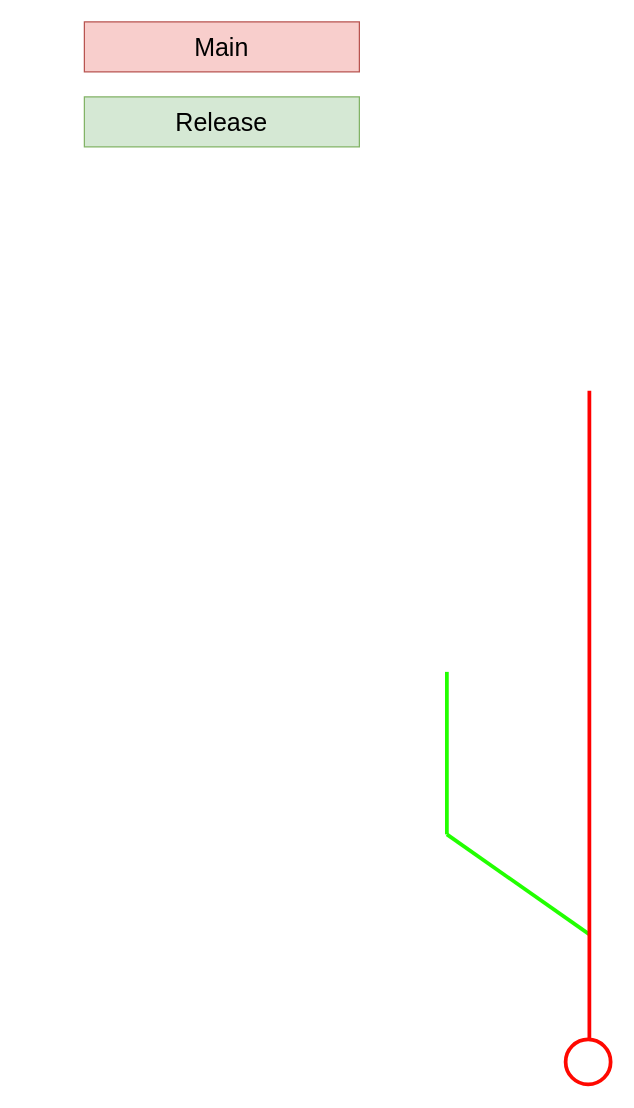
cmtabr/WorkFlow-GIT keeps this draw.io diagram as Diagrama sem nome.drawio. Above is the earlier version. Source tidied: cells renumbered, new cells numbered last; positions are measured from the earlier drawing's top-left corner, leaving out a move shared by most shapes. Both pictures are drawn from the tidied source at 125%, with x=0, y=0 at pixel (84, 21).
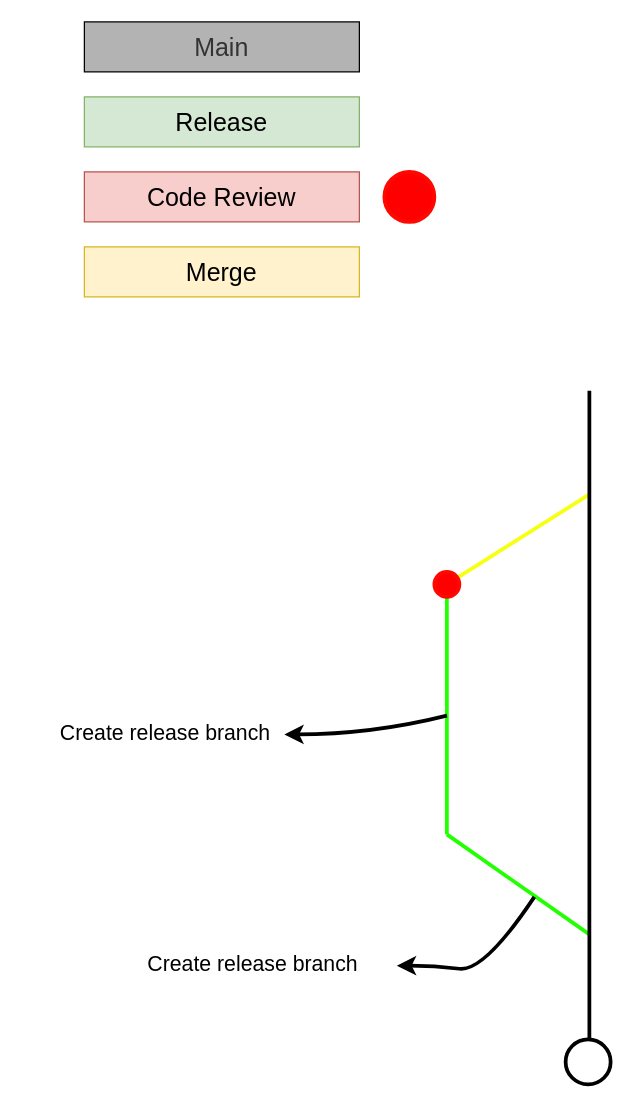
The same diagram, later.

Change to the diagram source:
```diff
@@
+    <mxCell id="8" style="endArrow=none;html=1;rounded=0;strokeColor=#F7FF12;strokeWidth=3;fontSize=20;" parent="1" edge="1">
+      <mxGeometry relative="1" as="geometry">
+        <mxPoint x="404" y="378" as="sourcePoint" />
+        <mxPoint x="290" y="450" as="targetPoint" />
+      </mxGeometry>
+    </mxCell>
@@
-    <mxCell id="3" style="endArrow=none;html=1;rounded=0;strokeWidth=3;fillColor=#f8cecc;strokeColor=#FF0000;" parent="1" edge="1">
+    <mxCell id="3" style="endArrow=none;html=1;rounded=0;strokeWidth=3;fillColor=#f8cecc;strokeColor=#000000;" parent="1" edge="1">
       <mxGeometry relative="1" as="geometry">
         <mxPoint x="404" y="815" as="sourcePoint" />
         <mxPoint x="404" y="295" as="targetPoint" />
       </mxGeometry>
     </mxCell>
-    <mxCell id="4" style="ellipse;whiteSpace=wrap;html=1;strokeWidth=3;fillColor=none;strokeColor=#ff0800;" parent="1" vertex="1">
+    <mxCell id="4" style="ellipse;whiteSpace=wrap;html=1;strokeWidth=3;fillColor=none;strokeColor=#000000;" parent="1" vertex="1">
       <mxGeometry x="385" y="814" width="36" height="36" as="geometry" />
     </mxCell>
-    <mxCell id="5" value="&lt;font style=&quot;font-size: 20px;&quot;&gt;Main&lt;/font&gt;" style="text;html=1;strokeColor=#b85450;fillColor=#f8cecc;align=center;verticalAlign=middle;whiteSpace=wrap;rounded=0;" parent="1" vertex="1">
+    <mxCell id="5" value="&lt;font style=&quot;font-size: 20px;&quot;&gt;Main&lt;/font&gt;" style="text;html=1;strokeColor=#000000;fillColor=#B3B3B3;align=center;verticalAlign=middle;whiteSpace=wrap;rounded=0;fontColor=#333333;" parent="1" vertex="1">
       <mxGeometry width="220" height="40" as="geometry" />
     </mxCell>
@@
     <mxCell id="7" style="endArrow=none;html=1;rounded=0;strokeColor=#22FF00;strokeWidth=3;fontSize=20;endSize=6;startSize=6;" parent="1" edge="1">
       <mxGeometry relative="1" as="geometry">
         <mxPoint x="290" y="650" as="sourcePoint" />
-        <mxPoint x="290" y="520" as="targetPoint" />
+        <mxPoint x="290" y="450" as="targetPoint" />
       </mxGeometry>
     </mxCell>
+    <mxCell id="9" value="Create release branch" style="text;html=1;strokeColor=none;fillColor=none;align=center;verticalAlign=middle;whiteSpace=wrap;rounded=0;fontSize=17;" parent="1" vertex="1">
+      <mxGeometry x="20" y="740" width="230" height="30" as="geometry" />
+    </mxCell>
+    <mxCell id="10" style="curved=1;endArrow=classic;html=1;rounded=0;strokeColor=#000000;strokeWidth=3;fontSize=17;startSize=6;endSize=6;entryX=1;entryY=0.5;entryDx=0;entryDy=0;" parent="1" edge="1" target="9">
+      <mxGeometry relative="1" as="geometry">
+        <mxPoint x="360" y="700" as="sourcePoint" />
+        <Array as="points">
+          <mxPoint x="320" y="760" />
+          <mxPoint x="280" y="755" />
+        </Array>
+      </mxGeometry>
+    </mxCell>
+    <mxCell id="11" style="curved=1;endArrow=classic;html=1;rounded=0;strokeColor=#000000;strokeWidth=3;fontSize=17;startSize=6;endSize=6;" parent="1" edge="1">
+      <mxGeometry relative="1" as="geometry">
+        <mxPoint x="290" y="555" as="sourcePoint" />
+        <mxPoint x="160" y="570" as="targetPoint" />
+        <Array as="points">
+          <mxPoint x="230" y="570" />
+        </Array>
+      </mxGeometry>
+    </mxCell>
+    <mxCell id="12" value="Create release branch" style="text;html=1;strokeColor=none;fillColor=none;align=center;verticalAlign=middle;whiteSpace=wrap;rounded=0;fontSize=17;" parent="1" vertex="1">
+      <mxGeometry x="-50" y="555" width="230" height="30" as="geometry" />
+    </mxCell>
+    <mxCell id="13" style="ellipse;whiteSpace=wrap;html=1;strokeWidth=3;fillColor=#FF0000;strokeColor=#ff0800;" parent="1" vertex="1">
+      <mxGeometry x="280" y="440" width="20" height="20" as="geometry" />
+    </mxCell>
+    <mxCell id="14" style="ellipse;whiteSpace=wrap;html=1;strokeWidth=3;fillColor=#FF0000;strokeColor=#ff0800;" parent="1" vertex="1">
+      <mxGeometry x="240" y="120" width="40" height="40" as="geometry" />
+    </mxCell>
+    <mxCell id="15" value="&lt;span style=&quot;font-size: 20px;&quot;&gt;Code Review&lt;/span&gt;" style="text;html=1;strokeColor=#b85450;fillColor=#f8cecc;align=center;verticalAlign=middle;whiteSpace=wrap;rounded=0;" parent="1" vertex="1">
+      <mxGeometry y="120" width="220" height="40" as="geometry" />
+    </mxCell>
+    <mxCell id="16" value="&lt;span style=&quot;font-size: 20px;&quot;&gt;Merge&lt;/span&gt;" style="text;html=1;strokeColor=#D6B71E;fillColor=#fff2cc;align=center;verticalAlign=middle;whiteSpace=wrap;rounded=0;" parent="1" vertex="1">
+      <mxGeometry y="180" width="220" height="40" as="geometry" />
+    </mxCell>
```
